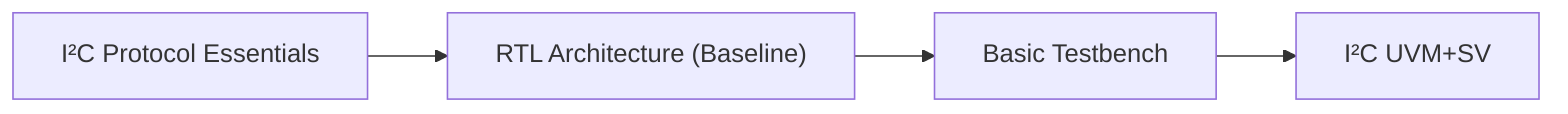
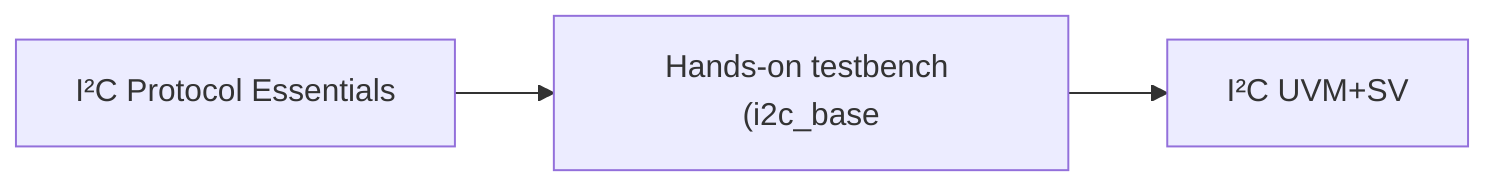
flowchart LR
  T1["I²C Protocol Essentials"]
-   T2["RTL Architecture (Baseline)"]
+   T2["Hands-on testbench (i2c_base"]
  T1 --> T2
-   T3["Basic Testbench"]
-   T2 --> T3
-   T3 --> N["I²C UVM+SV"]
+   T2 --> N["I²C UVM+SV"]
